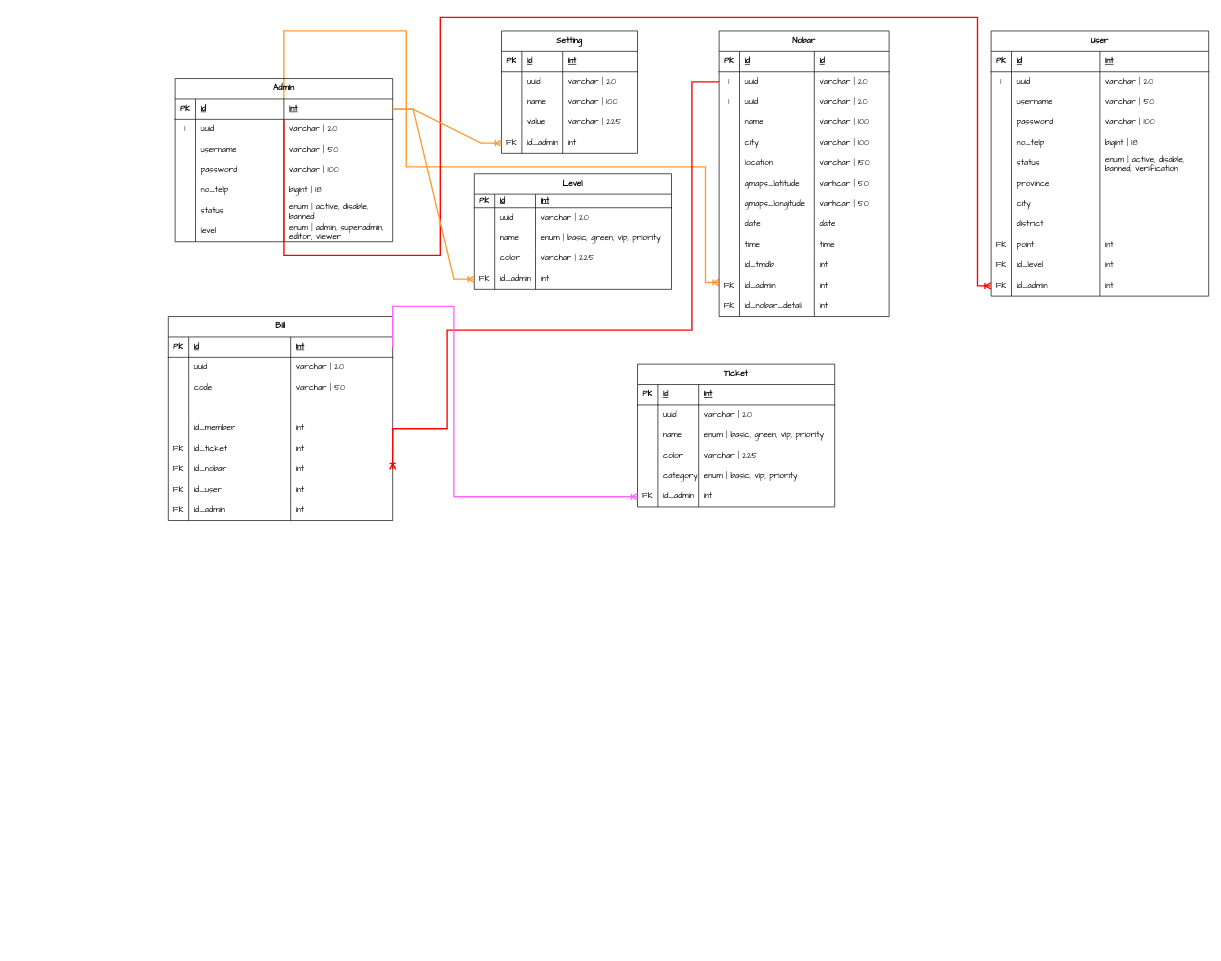
This is AniEvo - Nobar Web App.drawio from irzanaldi/e-aspiration, a draw.io file, before an edit. Source tidied: cells renumbered, new cells numbered last; positions are measured from the earlier drawing's top-left corner, leaving out a move shared by most shapes. Both pictures are drawn from the tidied source at 68%, with x=0, y=0 at pixel (168, 17).
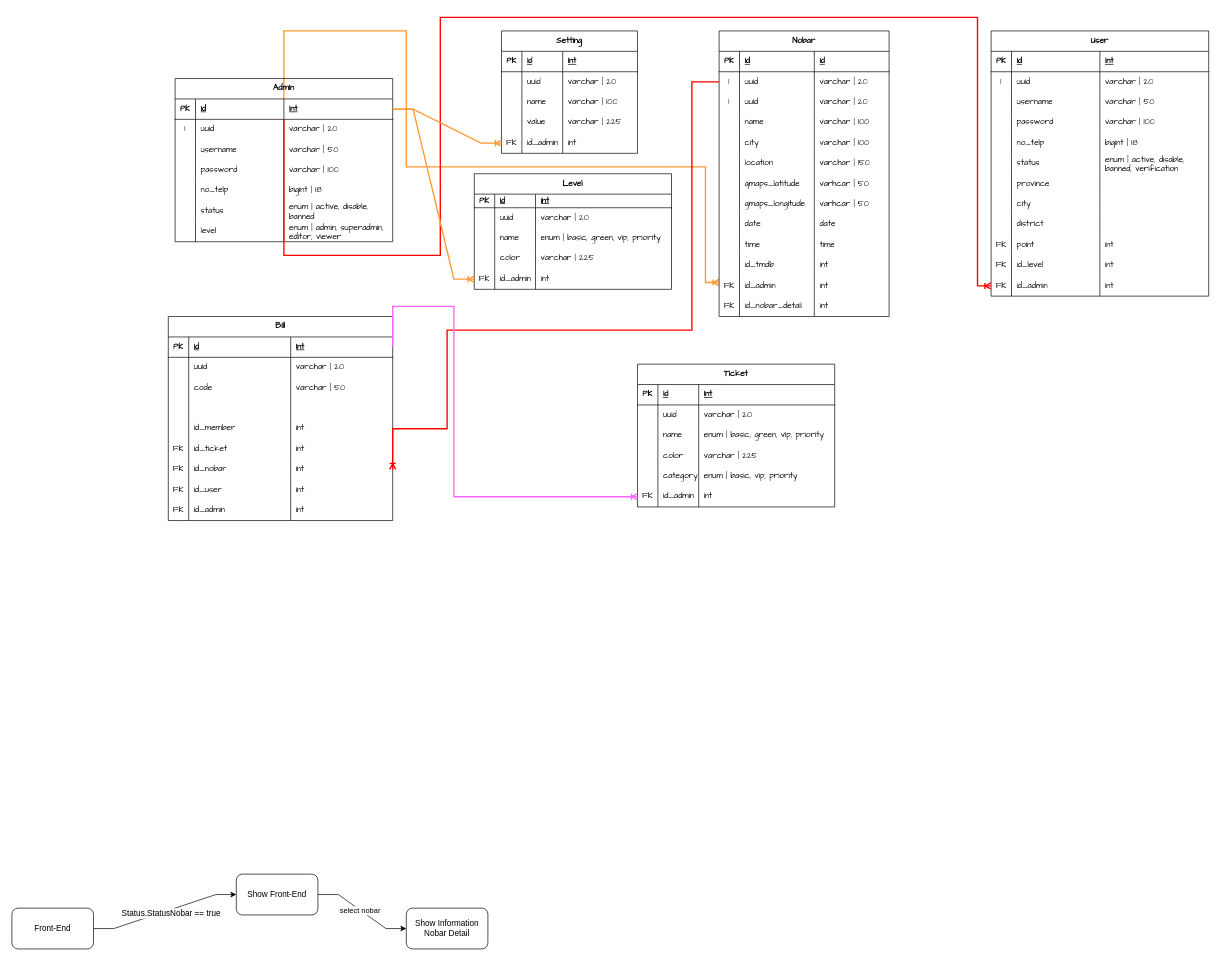
The same page after the edit.

Change to the diagram source:
```diff
@@
+    <mxCell id="243" style="edgeStyle=entityRelationEdgeStyle;rounded=0;jettySize=auto;html=1;" parent="1" edge="1" source="245" target="248">
+      <mxGeometry relative="1" as="geometry" />
+    </mxCell>
+    <mxCell id="244" value="&lt;span style=&quot;font-size: 12px; background-color: rgb(251, 251, 251);&quot;&gt;Status.StatusNobar == true&lt;/span&gt;" style="edgeLabel;html=1;align=center;verticalAlign=middle;" parent="243" vertex="1">
+      <mxGeometry x="0.06" y="-5" relative="1" as="geometry" />
+    </mxCell>
+    <mxCell id="245" value="Front-End" style="rounded=1;whiteSpace=wrap;html=1;" parent="1" vertex="1">
+      <mxGeometry x="-230" y="1310" width="120" height="60" as="geometry" />
+    </mxCell>
+    <mxCell id="246" style="edgeStyle=entityRelationEdgeStyle;rounded=0;jettySize=auto;html=1;" parent="1" edge="1" source="248" target="249">
+      <mxGeometry relative="1" as="geometry" />
+    </mxCell>
+    <mxCell id="247" value="select nobar" style="edgeLabel;html=1;align=center;verticalAlign=middle;" parent="246" vertex="1">
+      <mxGeometry x="-0.05" y="-1" relative="1" as="geometry" />
+    </mxCell>
+    <mxCell id="248" value="Show Front-End" style="whiteSpace=wrap;html=1;rounded=1;" parent="1" vertex="1">
+      <mxGeometry x="100" y="1260" width="120" height="60" as="geometry" />
+    </mxCell>
+    <mxCell id="249" value="Show Information Nobar Detail" style="whiteSpace=wrap;html=1;rounded=1;" parent="1" vertex="1">
+      <mxGeometry x="350" y="1310" width="120" height="60" as="geometry" />
+    </mxCell>
```
